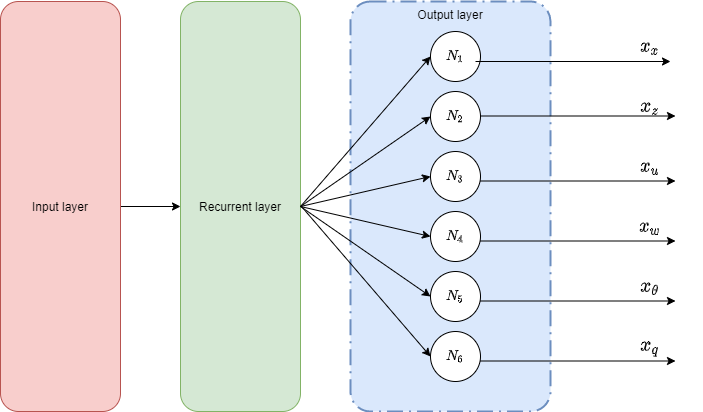
Above: presentation/images/Output_regression.png in paskymail/Neuronal_Networks (draw.io), before the change. Source tidied: cells renumbered, new cells last; positions are measured from the earlier drawing's top-left corner, leaving out a move shared by most shapes.
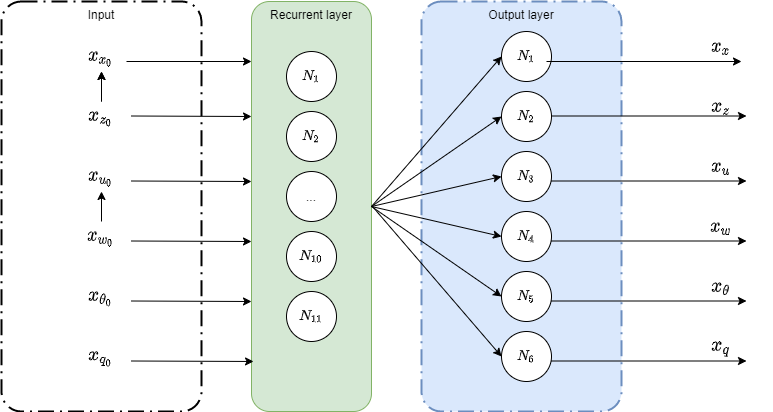
After the commit.

Diff of the diagram source:
```diff
@@ -2,15 +2,9 @@
   <root>
     <mxCell id="0" />
     <mxCell id="1" parent="0" />
-    <mxCell id="2" value="Recurrent layer" style="rounded=1;whiteSpace=wrap;html=1;fillColor=#d5e8d4;strokeColor=#82b366;" parent="1" vertex="1">
+    <mxCell id="2" value="Recurrent layer" style="rounded=1;whiteSpace=wrap;html=1;fillColor=#d5e8d4;strokeColor=#82b366;verticalAlign=top;" parent="1" vertex="1">
       <mxGeometry x="180" width="120" height="410" as="geometry" />
     </mxCell>
-    <mxCell id="3" style="edgeStyle=orthogonalEdgeStyle;rounded=0;jettySize=auto;html=1;exitX=1;exitY=0.5;exitDx=0;exitDy=0;entryX=0;entryY=0.5;entryDx=0;entryDy=0;fontSize=16;" parent="1" edge="1" source="4" target="2">
-      <mxGeometry relative="1" as="geometry" />
-    </mxCell>
-    <mxCell id="4" value="Input layer" style="rounded=1;whiteSpace=wrap;html=1;fillColor=#f8cecc;strokeColor=#b85450;" parent="1" vertex="1">
-      <mxGeometry width="120" height="410" as="geometry" />
-    </mxCell>
     <mxCell id="5" value="Output layer" style="rounded=1;arcSize=10;dashed=1;strokeColor=#6c8ebf;fillColor=#dae8fc;dashPattern=8 3 1 3;strokeWidth=2;verticalAlign=top;" parent="1" vertex="1">
       <mxGeometry x="350" width="200" height="410" as="geometry" />
     </mxCell>
@@ -106,5 +100,85 @@
     <mxCell id="29" value="$$x_q$$" style="text;html=1;strokeColor=none;fillColor=none;align=center;verticalAlign=middle;whiteSpace=wrap;rounded=0;fontSize=16;" parent="1" vertex="1">
       <mxGeometry x="620" y="330" width="60" height="30" as="geometry" />
     </mxCell>
+    <mxCell id="30" value="Input" style="rounded=1;arcSize=10;dashed=1;dashPattern=8 3 1 3;strokeWidth=2;verticalAlign=top;" parent="1" vertex="1">
+      <mxGeometry x="-70" width="200" height="410" as="geometry" />
+    </mxCell>
+    <mxCell id="31" style="endArrow=classic;html=1;" parent="1" edge="1">
+      <mxGeometry relative="1" as="geometry">
+        <mxPoint x="55" y="60" as="sourcePoint" />
+        <mxPoint x="180" y="60" as="targetPoint" />
+      </mxGeometry>
+    </mxCell>
+    <mxCell id="32" value="$$x_{x_0}$$" style="text;html=1;strokeColor=none;fillColor=none;align=center;verticalAlign=middle;whiteSpace=wrap;rounded=0;fontSize=16;" parent="1" vertex="1">
+      <mxGeometry y="40" width="60" height="30" as="geometry" />
+    </mxCell>
+    <mxCell id="33" style="endArrow=classic;html=1;" parent="1" edge="1">
+      <mxGeometry relative="1" as="geometry">
+        <mxPoint x="60" y="114.5" as="sourcePoint" />
+        <mxPoint x="180" y="115" as="targetPoint" />
+      </mxGeometry>
+    </mxCell>
+    <mxCell id="34" style="edgeStyle=orthogonalEdgeStyle;rounded=0;jettySize=auto;html=1;" parent="1" edge="1" source="36" target="32">
+      <mxGeometry relative="1" as="geometry" />
+    </mxCell>
+    <mxCell id="35" style="edgeStyle=orthogonalEdgeStyle;rounded=0;jettySize=auto;html=1;" parent="1" edge="1" source="36" target="32">
+      <mxGeometry relative="1" as="geometry" />
+    </mxCell>
+    <mxCell id="36" value="$$x_{z_0}$$" style="text;html=1;strokeColor=none;fillColor=none;align=center;verticalAlign=middle;whiteSpace=wrap;rounded=0;fontSize=16;" parent="1" vertex="1">
+      <mxGeometry y="100" width="60" height="30" as="geometry" />
+    </mxCell>
+    <mxCell id="37" style="endArrow=classic;html=1;" parent="1" edge="1">
+      <mxGeometry relative="1" as="geometry">
+        <mxPoint x="60" y="179.5" as="sourcePoint" />
+        <mxPoint x="180" y="180" as="targetPoint" />
+      </mxGeometry>
+    </mxCell>
+    <mxCell id="38" value="$$x_{u_0}$$" style="text;html=1;strokeColor=none;fillColor=none;align=center;verticalAlign=middle;whiteSpace=wrap;rounded=0;fontSize=16;" parent="1" vertex="1">
+      <mxGeometry y="160" width="60" height="30" as="geometry" />
+    </mxCell>
+    <mxCell id="39" style="endArrow=classic;html=1;" parent="1" edge="1">
+      <mxGeometry relative="1" as="geometry">
+        <mxPoint x="60" y="239.5" as="sourcePoint" />
+        <mxPoint x="180" y="240" as="targetPoint" />
+      </mxGeometry>
+    </mxCell>
+    <mxCell id="40" style="edgeStyle=orthogonalEdgeStyle;rounded=0;jettySize=auto;html=1;" parent="1" edge="1" source="41" target="38">
+      <mxGeometry relative="1" as="geometry" />
+    </mxCell>
+    <mxCell id="41" value="$$x_{w_0}$$" style="text;html=1;strokeColor=none;fillColor=none;align=center;verticalAlign=middle;whiteSpace=wrap;rounded=0;fontSize=16;" parent="1" vertex="1">
+      <mxGeometry y="220" width="60" height="30" as="geometry" />
+    </mxCell>
+    <mxCell id="42" style="endArrow=classic;html=1;" parent="1" edge="1">
+      <mxGeometry relative="1" as="geometry">
+        <mxPoint x="60" y="299.5" as="sourcePoint" />
+        <mxPoint x="180" y="300" as="targetPoint" />
+      </mxGeometry>
+    </mxCell>
+    <mxCell id="43" value="$$x_{\theta_0}$$" style="text;html=1;strokeColor=none;fillColor=none;align=center;verticalAlign=middle;whiteSpace=wrap;rounded=0;fontSize=16;" parent="1" vertex="1">
+      <mxGeometry y="280" width="60" height="30" as="geometry" />
+    </mxCell>
+    <mxCell id="44" style="endArrow=classic;html=1;entryX=0.017;entryY=0.878;entryDx=0;entryDy=0;entryPerimeter=0;" parent="1" edge="1" target="2">
+      <mxGeometry relative="1" as="geometry">
+        <mxPoint x="60" y="359.5" as="sourcePoint" />
+      </mxGeometry>
+    </mxCell>
+    <mxCell id="45" value="$$x_{q_0}$$" style="text;html=1;strokeColor=none;fillColor=none;align=center;verticalAlign=middle;whiteSpace=wrap;rounded=0;fontSize=16;" parent="1" vertex="1">
+      <mxGeometry y="340" width="60" height="30" as="geometry" />
+    </mxCell>
+    <mxCell id="46" value="$$N_1$$" style="ellipse;whiteSpace=wrap;html=1;" parent="1" vertex="1">
+      <mxGeometry x="215" y="50" width="50" height="50" as="geometry" />
+    </mxCell>
+    <mxCell id="47" value="$$N_2$$" style="ellipse;whiteSpace=wrap;html=1;" parent="1" vertex="1">
+      <mxGeometry x="215" y="110" width="50" height="50" as="geometry" />
+    </mxCell>
+    <mxCell id="48" value="..." style="ellipse;whiteSpace=wrap;html=1;" parent="1" vertex="1">
+      <mxGeometry x="215" y="170" width="50" height="50" as="geometry" />
+    </mxCell>
+    <mxCell id="49" value="$$N_{10}$$" style="ellipse;whiteSpace=wrap;html=1;" parent="1" vertex="1">
+      <mxGeometry x="215" y="230" width="50" height="50" as="geometry" />
+    </mxCell>
+    <mxCell id="50" value="$$N_{11}$$" style="ellipse;whiteSpace=wrap;html=1;" parent="1" vertex="1">
+      <mxGeometry x="215" y="290" width="50" height="50" as="geometry" />
+    </mxCell>
   </root>
 </mxGraphModel>
```
